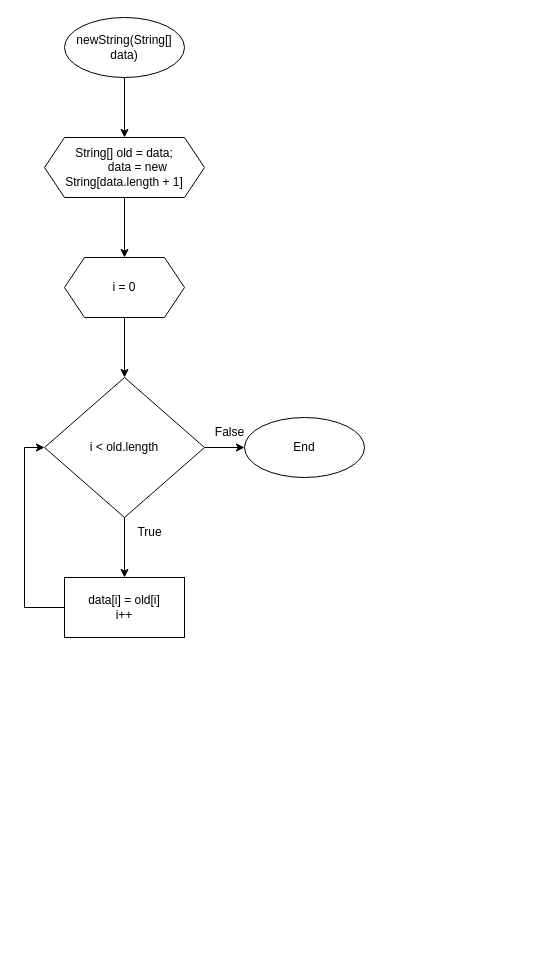
G4CENeiz/Final-Project keeps this draw.io diagram as page "newString" (9 of 28) of Daspro/smt 1/Flowchart/Alternate.drawio. Above is the earlier version. Source tidied: cells renumbered, new cells numbered last; positions are measured from the earlier drawing's top-left corner, leaving out a move shared by most shapes. Both pictures are drawn from the tidied source at 100%, with x=0, y=0 at pixel (24, 17).
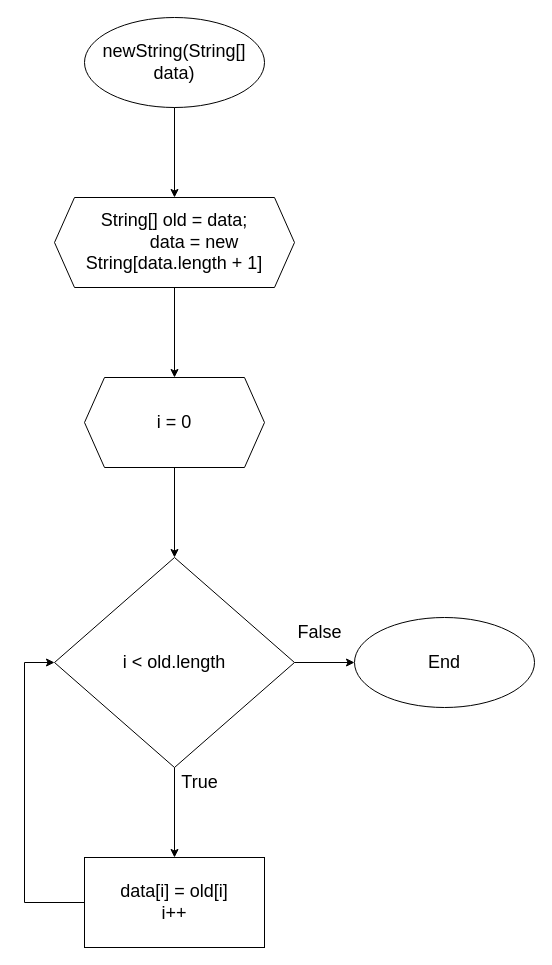
Above is the later version.

Diff of the diagram source:
```diff
@@
 <mxGraphModel>
   <root>
     <mxCell id="0" />
     <mxCell id="1" parent="0" />
-    <mxCell id="2" style="group;" parent="1" vertex="1">
-      <mxGeometry width="340" height="620" as="geometry" />
+    <mxCell id="2" style="group;fontSize=18;" parent="1" vertex="1">
+      <mxGeometry width="510" height="930" as="geometry" />
     </mxCell>
-    <mxCell id="3" value="newString(String[] data)" style="ellipse;whiteSpace=wrap;html=1;" parent="2" vertex="1">
-      <mxGeometry x="40" width="120" height="60" as="geometry" />
+    <mxCell id="3" value="newString(String[] data)" style="ellipse;whiteSpace=wrap;html=1;fontSize=18;" parent="2" vertex="1">
+      <mxGeometry x="60" width="180" height="90" as="geometry" />
     </mxCell>
-    <mxCell id="4" value="&lt;div&gt;String[] old = data;&lt;/div&gt;&lt;div&gt;&amp;nbsp; &amp;nbsp; &amp;nbsp; &amp;nbsp; data = new String[data.length + 1]&lt;/div&gt;" style="shape=hexagon;perimeter=hexagonPerimeter2;whiteSpace=wrap;html=1;fixedSize=1;" parent="2" vertex="1">
-      <mxGeometry x="20" y="120" width="160" height="60" as="geometry" />
+    <mxCell id="4" value="&lt;div style=&quot;font-size: 18px;&quot;&gt;String[] old = data;&lt;/div&gt;&lt;div style=&quot;font-size: 18px;&quot;&gt;&amp;nbsp; &amp;nbsp; &amp;nbsp; &amp;nbsp; data = new String[data.length + 1]&lt;/div&gt;" style="shape=hexagon;perimeter=hexagonPerimeter2;whiteSpace=wrap;html=1;fixedSize=1;fontSize=18;" parent="2" vertex="1">
+      <mxGeometry x="30" y="180" width="240" height="90" as="geometry" />
     </mxCell>
-    <mxCell id="5" style="edgeStyle=orthogonalEdgeStyle;rounded=0;jettySize=auto;html=1;" parent="2" edge="1" source="3" target="4">
+    <mxCell id="5" style="edgeStyle=orthogonalEdgeStyle;rounded=0;jettySize=auto;html=1;fontSize=18;" parent="2" edge="1" source="3" target="4">
       <mxGeometry relative="1" as="geometry" />
     </mxCell>
-    <mxCell id="6" value="i &amp;lt; old.length" style="rhombus;whiteSpace=wrap;html=1;" parent="2" vertex="1">
-      <mxGeometry x="20" y="360" width="160" height="140" as="geometry" />
+    <mxCell id="6" value="i &amp;lt; old.length" style="rhombus;whiteSpace=wrap;html=1;fontSize=18;" parent="2" vertex="1">
+      <mxGeometry x="30" y="540" width="240" height="210" as="geometry" />
     </mxCell>
-    <mxCell id="7" style="edgeStyle=orthogonalEdgeStyle;rounded=0;jettySize=auto;html=1;entryX=0.5;entryY=0;entryDx=0;entryDy=0;" parent="2" edge="1" source="8" target="6">
+    <mxCell id="7" style="edgeStyle=orthogonalEdgeStyle;rounded=0;jettySize=auto;html=1;entryX=0.5;entryY=0;entryDx=0;entryDy=0;fontSize=18;" parent="2" edge="1" source="8" target="6">
       <mxGeometry relative="1" as="geometry" />
     </mxCell>
-    <mxCell id="8" value="i = 0" style="shape=hexagon;perimeter=hexagonPerimeter2;whiteSpace=wrap;html=1;fixedSize=1;" parent="2" vertex="1">
-      <mxGeometry x="40" y="240" width="120" height="60" as="geometry" />
+    <mxCell id="8" value="i = 0" style="shape=hexagon;perimeter=hexagonPerimeter2;whiteSpace=wrap;html=1;fixedSize=1;fontSize=18;" parent="2" vertex="1">
+      <mxGeometry x="60" y="360" width="180" height="90" as="geometry" />
     </mxCell>
-    <mxCell id="9" style="edgeStyle=orthogonalEdgeStyle;rounded=0;jettySize=auto;html=1;" parent="2" edge="1" source="4" target="8">
+    <mxCell id="9" style="edgeStyle=orthogonalEdgeStyle;rounded=0;jettySize=auto;html=1;fontSize=18;" parent="2" edge="1" source="4" target="8">
       <mxGeometry relative="1" as="geometry" />
     </mxCell>
-    <mxCell id="10" style="edgeStyle=orthogonalEdgeStyle;rounded=0;jettySize=auto;html=1;entryX=0;entryY=0.5;entryDx=0;entryDy=0;" parent="2" edge="1" source="11" target="6">
+    <mxCell id="10" style="edgeStyle=orthogonalEdgeStyle;rounded=0;jettySize=auto;html=1;entryX=0;entryY=0.5;entryDx=0;entryDy=0;fontSize=18;" parent="2" edge="1" source="11" target="6">
       <mxGeometry relative="1" as="geometry">
         <Array as="points">
-          <mxPoint y="590" />
-          <mxPoint y="430" />
+          <mxPoint y="885" />
+          <mxPoint y="645" />
         </Array>
       </mxGeometry>
     </mxCell>
-    <mxCell id="11" value="data[i] = old[i]&lt;br&gt;i++" style="rounded=0;whiteSpace=wrap;html=1;" parent="2" vertex="1">
-      <mxGeometry x="40" y="560" width="120" height="60" as="geometry" />
+    <mxCell id="11" value="data[i] = old[i]&lt;br style=&quot;font-size: 18px;&quot;&gt;i++" style="rounded=0;whiteSpace=wrap;html=1;fontSize=18;" parent="2" vertex="1">
+      <mxGeometry x="60" y="840" width="180" height="90" as="geometry" />
     </mxCell>
-    <mxCell id="12" style="edgeStyle=orthogonalEdgeStyle;rounded=0;jettySize=auto;html=1;entryX=0.5;entryY=0;entryDx=0;entryDy=0;" parent="2" edge="1" source="6" target="11">
+    <mxCell id="12" style="edgeStyle=orthogonalEdgeStyle;rounded=0;jettySize=auto;html=1;entryX=0.5;entryY=0;entryDx=0;entryDy=0;fontSize=18;" parent="2" edge="1" source="6" target="11">
       <mxGeometry relative="1" as="geometry" />
     </mxCell>
-    <mxCell id="13" value="End" style="ellipse;whiteSpace=wrap;html=1;" parent="2" vertex="1">
-      <mxGeometry x="220" y="400" width="120" height="60" as="geometry" />
+    <mxCell id="13" value="End" style="ellipse;whiteSpace=wrap;html=1;fontSize=18;" parent="2" vertex="1">
+      <mxGeometry x="330" y="600" width="180" height="90" as="geometry" />
     </mxCell>
-    <mxCell id="14" style="edgeStyle=orthogonalEdgeStyle;rounded=0;jettySize=auto;html=1;" parent="2" edge="1" source="6" target="13">
+    <mxCell id="14" style="edgeStyle=orthogonalEdgeStyle;rounded=0;jettySize=auto;html=1;fontSize=18;" parent="2" edge="1" source="6" target="13">
       <mxGeometry relative="1" as="geometry" />
     </mxCell>
-    <mxCell id="15" value="False" style="text;html=1;align=center;verticalAlign=middle;strokeColor=none;fillColor=none;" parent="2" vertex="1">
-      <mxGeometry x="180" y="400" width="50" height="30" as="geometry" />
+    <mxCell id="15" value="False" style="text;html=1;align=center;verticalAlign=middle;strokeColor=none;fillColor=none;fontSize=18;" parent="2" vertex="1">
+      <mxGeometry x="260" y="595" width="70" height="40" as="geometry" />
     </mxCell>
-    <mxCell id="16" value="True" style="text;html=1;align=center;verticalAlign=middle;strokeColor=none;fillColor=none;" parent="2" vertex="1">
-      <mxGeometry x="100" y="500" width="50" height="30" as="geometry" />
+    <mxCell id="16" value="True" style="text;html=1;align=center;verticalAlign=middle;strokeColor=none;fillColor=none;fontSize=18;" parent="2" vertex="1">
+      <mxGeometry x="145" y="745" width="60" height="40" as="geometry" />
     </mxCell>
   </root>
 </mxGraphModel>
```
